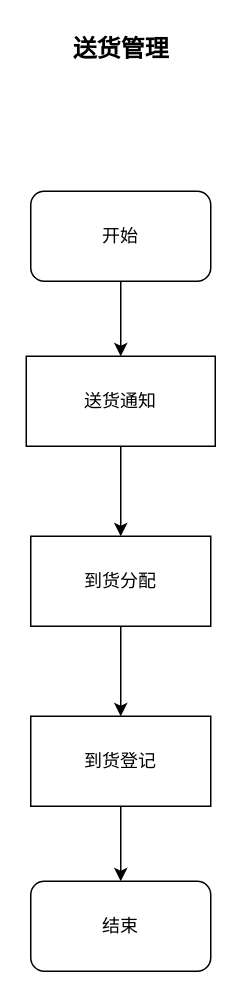
Before: page "送货管理" (1 of 4) of COOEC/WMS/WMS-验收管理.drawio in GodTaoz/drawio, a draw.io diagram. Source tidied: cells renumbered, new cells numbered last; positions are measured from the earlier drawing's top-left corner, leaving out a move shared by most shapes. Both pictures are drawn from the tidied source at 150%, with x=0, y=0 at pixel (26, 26).
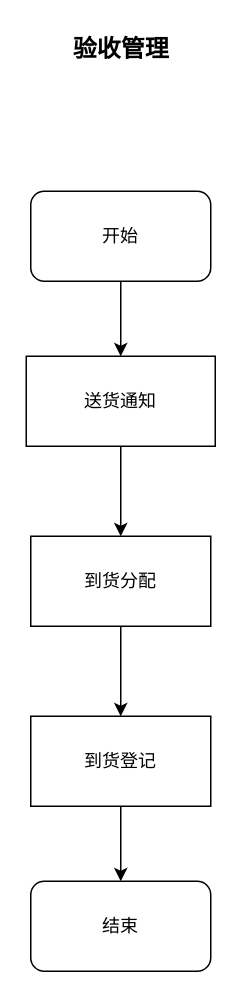
Above is the later version.

Commit message:
更新WMS-验收管理.drawio

What changed in the source:
```diff
@@
 <mxGraphModel>
   <root>
     <mxCell id="0" />
     <mxCell id="1" parent="0" />
     <mxCell id="2" style="edgeStyle=orthogonalEdgeStyle;rounded=0;jettySize=auto;html=1;exitX=0.5;exitY=1;exitDx=0;exitDy=0;entryX=0.5;entryY=0;entryDx=0;entryDy=0;" parent="1" edge="1" source="3" target="8">
       <mxGeometry relative="1" as="geometry" />
     </mxCell>
     <mxCell id="3" value="送货通知" style="rounded=0;whiteSpace=wrap;html=1;" parent="1" vertex="1">
       <mxGeometry y="220" width="126" height="60" as="geometry" />
     </mxCell>
-    <mxCell id="4" value="&lt;font style=&quot;font-size: 16px;&quot;&gt;&lt;b&gt;送货管理&lt;/b&gt;&lt;/font&gt;" style="text;html=1;align=center;verticalAlign=middle;strokeColor=none;fillColor=none;" parent="1" vertex="1">
+    <mxCell id="4" value="&lt;font style=&quot;font-size: 16px;&quot;&gt;&lt;b&gt;验收管理&lt;/b&gt;&lt;/font&gt;" style="text;html=1;align=center;verticalAlign=middle;strokeColor=none;fillColor=none;" parent="1" vertex="1">
       <mxGeometry x="18" width="90" height="30" as="geometry" />
     </mxCell>
     <mxCell id="5" style="edgeStyle=orthogonalEdgeStyle;rounded=0;jettySize=auto;html=1;exitX=0.5;exitY=1;exitDx=0;exitDy=0;entryX=0.5;entryY=0;entryDx=0;entryDy=0;" parent="1" edge="1" source="6" target="11">
       <mxGeometry relative="1" as="geometry" />
     </mxCell>
     <mxCell id="6" value="到货登记" style="rounded=0;whiteSpace=wrap;html=1;" parent="1" vertex="1">
       <mxGeometry x="3" y="460" width="120" height="60" as="geometry" />
     </mxCell>
     <mxCell id="7" style="edgeStyle=orthogonalEdgeStyle;rounded=0;jettySize=auto;html=1;exitX=0.5;exitY=1;exitDx=0;exitDy=0;entryX=0.5;entryY=0;entryDx=0;entryDy=0;" parent="1" edge="1" source="8" target="6">
       <mxGeometry relative="1" as="geometry" />
     </mxCell>
     <mxCell id="8" value="到货分配" style="rounded=0;whiteSpace=wrap;html=1;" parent="1" vertex="1">
       <mxGeometry x="3" y="340" width="120" height="60" as="geometry" />
     </mxCell>
     <mxCell id="9" style="edgeStyle=orthogonalEdgeStyle;rounded=0;jettySize=auto;html=1;exitX=0.5;exitY=1;exitDx=0;exitDy=0;entryX=0.5;entryY=0;entryDx=0;entryDy=0;" parent="1" edge="1" source="10" target="3">
       <mxGeometry relative="1" as="geometry" />
     </mxCell>
     <mxCell id="10" value="开始" style="rounded=1;whiteSpace=wrap;html=1;" parent="1" vertex="1">
       <mxGeometry x="3" y="110" width="120" height="60" as="geometry" />
     </mxCell>
     <mxCell id="11" value="结束" style="rounded=1;whiteSpace=wrap;html=1;" parent="1" vertex="1">
       <mxGeometry x="3" y="570" width="120" height="60" as="geometry" />
     </mxCell>
   </root>
 </mxGraphModel>
```
